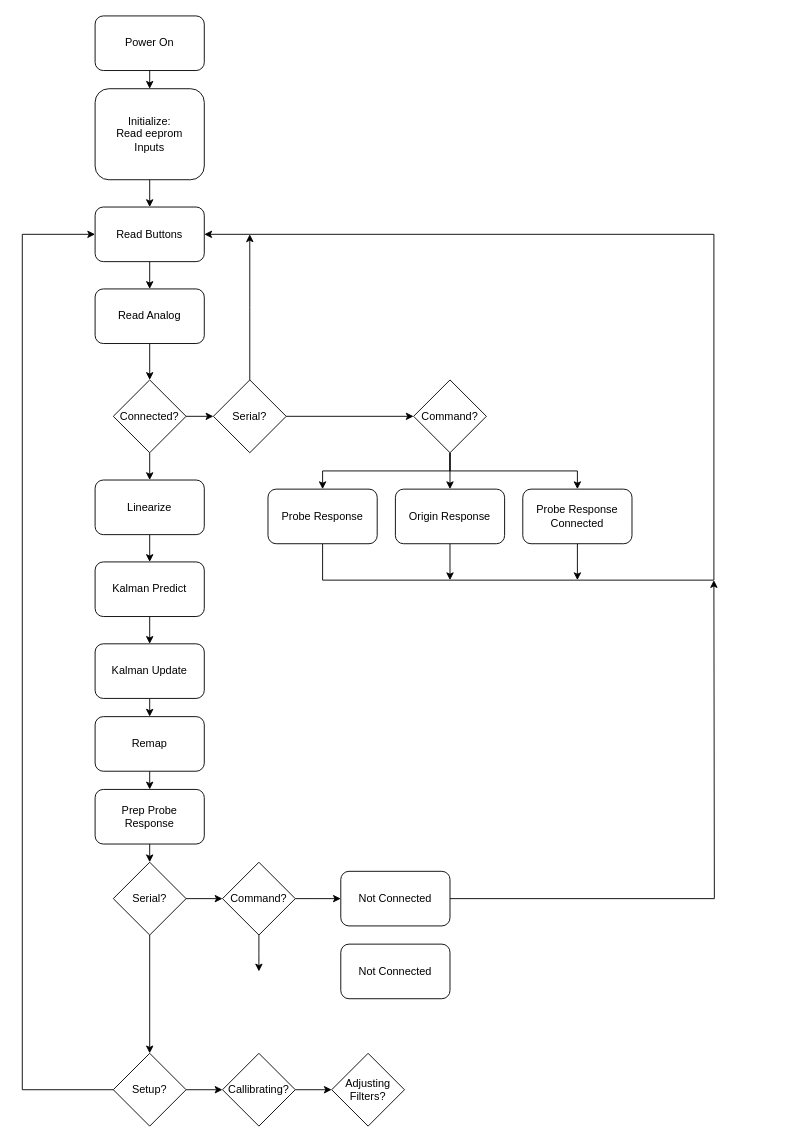
Before: Documentation/PhobGCC State Diagram.drawio in karchz/PhobGCC-SW, a draw.io diagram. Source tidied: cells renumbered, new cells numbered last; positions are measured from the earlier drawing's top-left corner, leaving out a move shared by most shapes. Both pictures are drawn from the tidied source at 91%, with x=0, y=0 at pixel (22, 15).
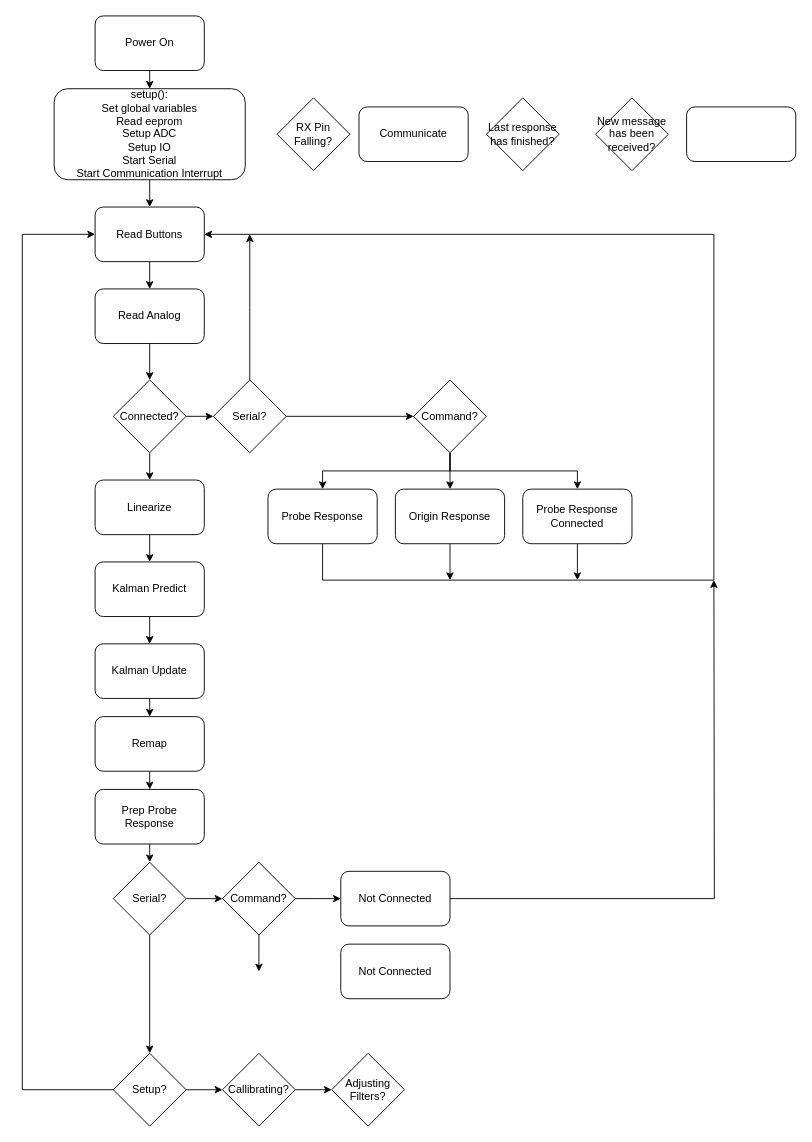
The same diagram, later.

Diff of the diagram source:
```diff
@@
-    <mxCell id="5" value="Initialize:&lt;br&gt;Read eeprom&lt;br&gt;Inputs" style="rounded=1;whiteSpace=wrap;html=1;" parent="1" vertex="1">
-      <mxGeometry x="80" y="80" width="120" height="100" as="geometry" />
+    <mxCell id="5" value="setup():&lt;br&gt;Set global variables&lt;br&gt;Read eeprom&lt;br&gt;Setup ADC&lt;br&gt;Setup IO&lt;br&gt;Start Serial&lt;br&gt;Start Communication Interrupt" style="rounded=1;whiteSpace=wrap;html=1;" parent="1" vertex="1">
+      <mxGeometry x="35" y="80" width="210" height="100" as="geometry" />
     </mxCell>
@@
+    <mxCell id="51" value="RX Pin Falling?" style="rhombus;whiteSpace=wrap;html=1;" parent="1" vertex="1">
+      <mxGeometry x="280" y="90" width="80" height="80" as="geometry" />
+    </mxCell>
+    <mxCell id="52" value="Last response has finished?" style="rhombus;whiteSpace=wrap;html=1;" parent="1" vertex="1">
+      <mxGeometry x="510" y="90" width="80" height="80" as="geometry" />
+    </mxCell>
+    <mxCell id="53" value="Communicate" style="rounded=1;whiteSpace=wrap;html=1;" parent="1" vertex="1">
+      <mxGeometry x="370" y="100" width="120" height="60" as="geometry" />
+    </mxCell>
+    <mxCell id="54" value="New message has been received?" style="rhombus;whiteSpace=wrap;html=1;" parent="1" vertex="1">
+      <mxGeometry x="630" y="90" width="80" height="80" as="geometry" />
+    </mxCell>
+    <mxCell id="55" style="rounded=1;whiteSpace=wrap;html=1;" parent="1" vertex="1">
+      <mxGeometry x="730" y="100" width="120" height="60" as="geometry" />
+    </mxCell>
```
